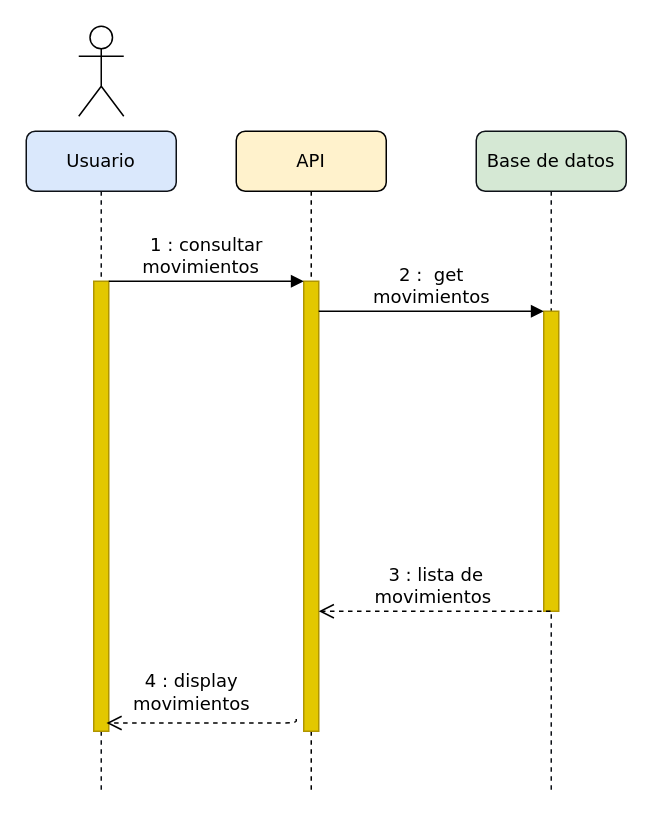
Before: Sequence_Diagram.drawio in joeburias/ddd_example, a draw.io diagram. Source tidied: cells renumbered, new cells numbered last; positions are measured from the earlier drawing's top-left corner, leaving out a move shared by most shapes. Both pictures are drawn from the tidied source at 150%, with x=0, y=0 at pixel (-254, 26).
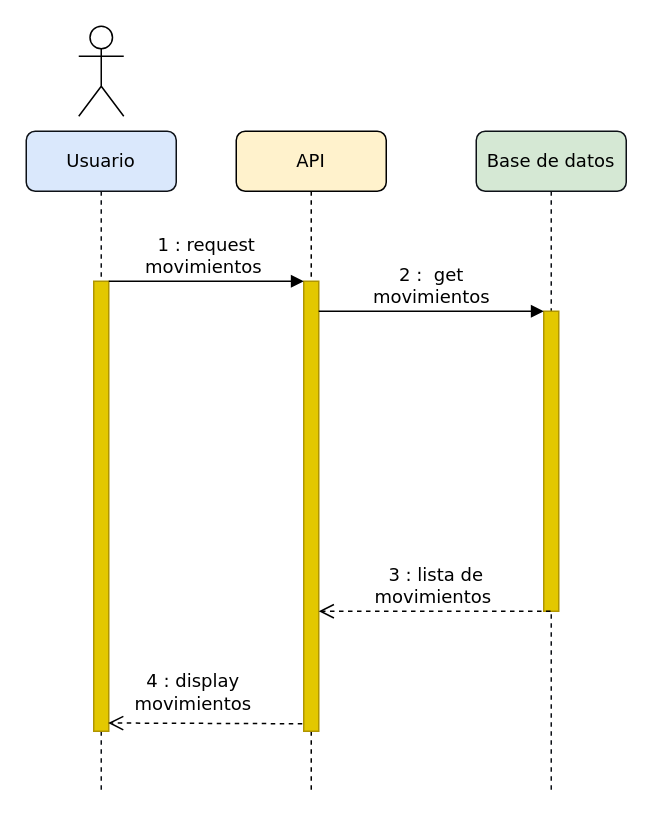
The same page after the edit.

Diff of the diagram source:
```diff
@@
 <mxGraphModel>
   <root>
     <mxCell id="0" />
     <mxCell id="1" parent="0" />
     <mxCell id="2" value="API" style="shape=umlLifeline;perimeter=lifelinePerimeter;whiteSpace=wrap;html=1;rounded=1;shadow=0;comic=0;labelBackgroundColor=none;strokeWidth=1;fontFamily=Verdana;fontSize=12;align=center;fillColor=#fff2cc;strokeColor=default;" parent="1" vertex="1">
       <mxGeometry x="326" y="70" width="100" height="440" as="geometry" />
     </mxCell>
     <mxCell id="3" style="html=1;points=[];perimeter=orthogonalPerimeter;rounded=0;shadow=0;comic=0;labelBackgroundColor=none;strokeWidth=1;fontFamily=Verdana;fontSize=12;align=center;fillColor=#e3c800;fontColor=#000000;strokeColor=#B09500;" parent="2" vertex="1">
       <mxGeometry x="45" y="100" width="10" height="300" as="geometry" />
     </mxCell>
     <mxCell id="4" value="Base de datos" style="shape=umlLifeline;perimeter=lifelinePerimeter;whiteSpace=wrap;html=1;outlineConnect=0;rounded=1;shadow=0;comic=0;labelBackgroundColor=none;strokeWidth=1;fontFamily=Verdana;fontSize=12;align=center;fillColor=#d5e8d4;strokeColor=#0D1117;" parent="1" vertex="1">
       <mxGeometry x="486" y="70" width="100" height="440" as="geometry" />
     </mxCell>
     <mxCell id="5" style="html=1;points=[];perimeter=orthogonalPerimeter;rounded=0;shadow=0;comic=0;labelBackgroundColor=none;strokeWidth=1;fontFamily=Verdana;fontSize=12;align=center;fillColor=#e3c800;fontColor=#000000;strokeColor=#B09500;" parent="4" vertex="1">
       <mxGeometry x="45" y="120" width="10" height="200" as="geometry" />
     </mxCell>
     <mxCell id="6" value="Usuario" style="shape=umlLifeline;perimeter=lifelinePerimeter;whiteSpace=wrap;html=1;rounded=1;shadow=0;comic=0;labelBackgroundColor=none;strokeWidth=1;fontFamily=Verdana;fontSize=12;align=center;fillColor=#dae8fc;strokeColor=#0D1117;" parent="1" vertex="1">
       <mxGeometry x="186" y="70" width="100" height="440" as="geometry" />
     </mxCell>
     <mxCell id="7" style="html=1;points=[];perimeter=orthogonalPerimeter;rounded=0;shadow=0;comic=0;labelBackgroundColor=none;strokeWidth=1;fontFamily=Verdana;fontSize=12;align=center;fillColor=#e3c800;fontColor=#000000;strokeColor=#B09500;" parent="6" vertex="1">
       <mxGeometry x="45" y="100" width="10" height="300" as="geometry" />
     </mxCell>
-    <mxCell id="8" value="&lt;font style=&quot;font-size: 12px;&quot;&gt;1 : consultar&lt;br&gt;movimientos&amp;nbsp;&amp;nbsp;&lt;/font&gt;" style="html=1;verticalAlign=bottom;endArrow=block;entryX=0;entryY=0;labelBackgroundColor=none;fontFamily=Verdana;fontSize=12;edgeStyle=elbowEdgeStyle;elbow=vertical;" parent="1" edge="1" target="3">
+    <mxCell id="8" value="&lt;font style=&quot;font-size: 12px;&quot;&gt;1 : request &lt;br&gt;movimientos&amp;nbsp;&lt;/font&gt;" style="html=1;verticalAlign=bottom;endArrow=block;entryX=0;entryY=0;labelBackgroundColor=none;fontFamily=Verdana;fontSize=12;edgeStyle=elbowEdgeStyle;elbow=vertical;" parent="1" edge="1" target="3">
       <mxGeometry relative="1" as="geometry">
         <mxPoint x="241" y="170" as="sourcePoint" />
       </mxGeometry>
     </mxCell>
     <mxCell id="9" value="2 :&amp;nbsp; get&lt;br&gt;movimientos" style="html=1;verticalAlign=bottom;endArrow=block;entryX=0;entryY=0;labelBackgroundColor=none;fontFamily=Verdana;fontSize=12;edgeStyle=elbowEdgeStyle;elbow=vertical;" parent="1" edge="1" source="3" target="5">
       <mxGeometry relative="1" as="geometry" />
     </mxCell>
     <mxCell id="10" value="3 : lista de &lt;br&gt;movimientos&amp;nbsp;" style="html=1;verticalAlign=bottom;endArrow=open;dashed=1;endSize=8;labelBackgroundColor=none;fontFamily=Verdana;fontSize=12;edgeStyle=elbowEdgeStyle;elbow=vertical;" parent="1" edge="1" source="4" target="3">
       <mxGeometry relative="1" as="geometry">
         <Array as="points">
           <mxPoint x="466" y="390" />
           <mxPoint x="161" y="270" />
         </Array>
       </mxGeometry>
     </mxCell>
-    <mxCell id="11" value="4 : display &lt;br&gt;movimientos" style="html=1;verticalAlign=bottom;endArrow=open;dashed=1;endSize=8;labelBackgroundColor=none;fontFamily=Verdana;fontSize=12;edgeStyle=elbowEdgeStyle;elbow=vertical;exitX=-0.5;exitY=0.973;exitDx=0;exitDy=0;exitPerimeter=0;" parent="1" edge="1" source="3">
+    <mxCell id="11" value="4 : display &lt;br&gt;movimientos" style="html=1;verticalAlign=bottom;endArrow=open;dashed=1;endSize=8;labelBackgroundColor=none;fontFamily=Verdana;fontSize=12;edgeStyle=elbowEdgeStyle;elbow=vertical;jumpSize=18;startSize=14;entryX=0.961;entryY=0.981;entryDx=0;entryDy=0;entryPerimeter=0;" parent="1" edge="1" target="7">
       <mxGeometry x="0.15" y="-4" relative="1" as="geometry">
-        <mxPoint x="239.5" y="464.5" as="targetPoint" />
+        <mxPoint x="370" y="465" as="sourcePoint" />
         <Array as="points">
-          <mxPoint x="305" y="464.5" />
-          <mxPoint y="344.5" />
+          <mxPoint x="309" y="464.5" />
+          <mxPoint x="4" y="344.5" />
         </Array>
         <mxPoint x="1" as="offset" />
       </mxGeometry>
     </mxCell>
     <mxCell id="12" style="shape=umlActor;verticalLabelPosition=bottom;verticalAlign=top;html=1;fontSize=12;" parent="1" vertex="1">
       <mxGeometry x="221" width="30" height="60" as="geometry" />
     </mxCell>
   </root>
 </mxGraphModel>
```
